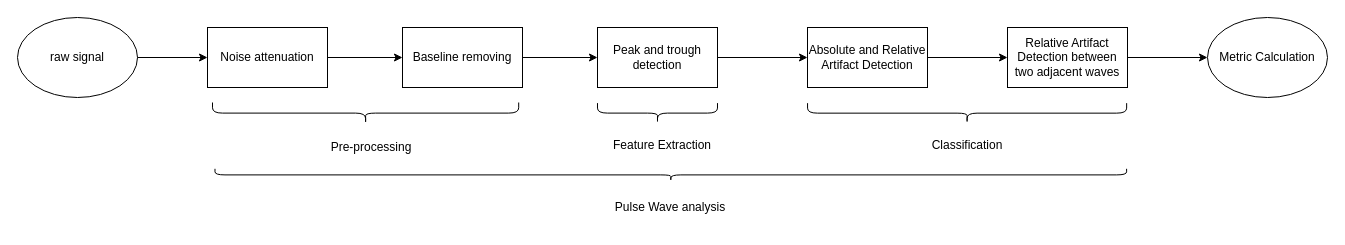
This is Propess stages.drawio from 1102131860/FYP, a draw.io file, before an edit. Source tidied: cells renumbered, new cells numbered last; positions are measured from the earlier drawing's top-left corner, leaving out a move shared by most shapes. Both pictures are drawn from the tidied source at 100%, with x=0, y=0 at pixel (17, -281).
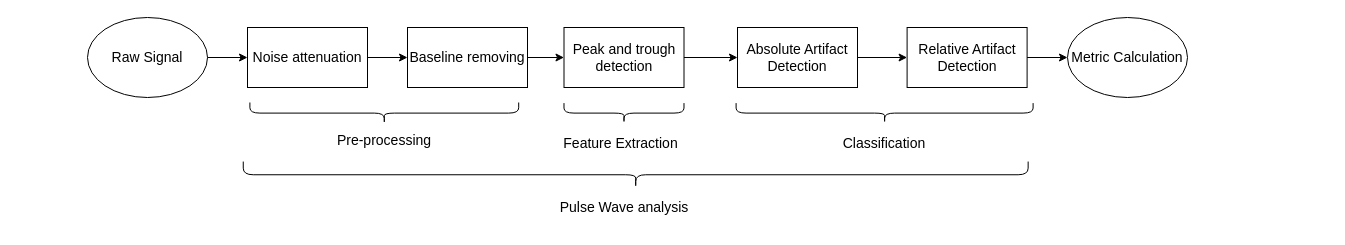
The same diagram, later.

The edit, as a diff of the source:
```diff
@@
-    <mxCell id="2" value="Noise attenuation" style="rounded=0;whiteSpace=wrap;html=1;" parent="1" vertex="1">
-      <mxGeometry x="190" y="308" width="120" height="60" as="geometry" />
+    <mxCell id="2" value="Noise attenuation" style="rounded=0;whiteSpace=wrap;html=1;fontSize=14;" parent="1" vertex="1">
+      <mxGeometry x="230" y="308" width="120" height="60" as="geometry" />
     </mxCell>
-    <mxCell id="3" value="Baseline removing" style="rounded=0;whiteSpace=wrap;html=1;" parent="1" vertex="1">
-      <mxGeometry x="385" y="308" width="120" height="60" as="geometry" />
+    <mxCell id="3" value="Baseline removing" style="rounded=0;whiteSpace=wrap;html=1;fontSize=14;" parent="1" vertex="1">
+      <mxGeometry x="390" y="308" width="120" height="60" as="geometry" />
     </mxCell>
-    <mxCell id="4" value="Peak and trough detection" style="rounded=0;whiteSpace=wrap;html=1;" parent="1" vertex="1">
-      <mxGeometry x="580" y="308" width="120" height="60" as="geometry" />
+    <mxCell id="4" value="Peak and trough detection" style="rounded=0;whiteSpace=wrap;html=1;fontSize=14;" parent="1" vertex="1">
+      <mxGeometry x="546.5" y="308" width="120" height="60" as="geometry" />
     </mxCell>
-    <mxCell id="5" value="Absolute and Relative Artifact Detection" style="rounded=0;whiteSpace=wrap;html=1;" parent="1" vertex="1">
-      <mxGeometry x="790" y="308" width="120" height="60" as="geometry" />
+    <mxCell id="5" value="Absolute Artifact Detection" style="rounded=0;whiteSpace=wrap;html=1;fontSize=14;" parent="1" vertex="1">
+      <mxGeometry x="720" y="308" width="120" height="60" as="geometry" />
     </mxCell>
-    <mxCell id="6" value="Relative Artifact Detection between two adjacent waves" style="rounded=0;whiteSpace=wrap;html=1;" parent="1" vertex="1">
-      <mxGeometry x="990" y="308" width="120" height="60" as="geometry" />
+    <mxCell id="6" value="Relative Artifact Detection" style="rounded=0;whiteSpace=wrap;html=1;fontSize=14;" parent="1" vertex="1">
+      <mxGeometry x="889.6" y="308" width="120" height="60" as="geometry" />
     </mxCell>
-    <mxCell id="7" value="Metric Calculation" style="ellipse;whiteSpace=wrap;html=1;" parent="1" vertex="1">
-      <mxGeometry x="1190" y="298" width="120" height="80" as="geometry" />
+    <mxCell id="7" value="Metric Calculation" style="ellipse;whiteSpace=wrap;html=1;fontSize=14;" parent="1" vertex="1">
+      <mxGeometry x="1050" y="298" width="120" height="80" as="geometry" />
     </mxCell>
-    <mxCell id="8" value="raw signal" style="ellipse;whiteSpace=wrap;html=1;" parent="1" vertex="1">
-      <mxGeometry y="298" width="120" height="80" as="geometry" />
+    <mxCell id="8" value="Raw Signal" style="ellipse;whiteSpace=wrap;html=1;fontSize=14;" parent="1" vertex="1">
+      <mxGeometry x="70" y="298" width="120" height="80" as="geometry" />
     </mxCell>
-    <mxCell id="9" style="shape=curlyBracket;whiteSpace=wrap;html=1;rounded=1;labelPosition=left;verticalLabelPosition=middle;align=right;verticalAlign=middle;rotation=-90;" parent="1" vertex="1">
-      <mxGeometry x="337.5" y="240.5" width="21.2" height="306.2" as="geometry" />
+    <mxCell id="9" style="shape=curlyBracket;whiteSpace=wrap;html=1;rounded=1;labelPosition=left;verticalLabelPosition=middle;align=right;verticalAlign=middle;rotation=-90;fontSize=14;" parent="1" vertex="1">
+      <mxGeometry x="356.2" y="259.2" width="21.2" height="268.8" as="geometry" />
     </mxCell>
-    <mxCell id="10" value="Pre-processing" style="text;html=1;strokeColor=none;fillColor=none;align=center;verticalAlign=middle;whiteSpace=wrap;rounded=0;" parent="1" vertex="1">
-      <mxGeometry x="300" y="408" width="108.1" height="40" as="geometry" />
+    <mxCell id="10" value="Pre-processing" style="text;html=1;strokeColor=none;fillColor=none;align=center;verticalAlign=middle;whiteSpace=wrap;rounded=0;fontSize=14;" parent="1" vertex="1">
+      <mxGeometry x="312.8" y="401.1" width="108.1" height="40" as="geometry" />
     </mxCell>
-    <mxCell id="11" style="shape=curlyBracket;whiteSpace=wrap;html=1;rounded=1;flipH=1;labelPosition=right;verticalLabelPosition=middle;align=left;verticalAlign=middle;rotation=90;size=0.5;" parent="1" vertex="1">
-      <mxGeometry x="630" y="333.6" width="20" height="120" as="geometry" />
+    <mxCell id="11" style="shape=curlyBracket;whiteSpace=wrap;html=1;rounded=1;flipH=1;labelPosition=right;verticalLabelPosition=middle;align=left;verticalAlign=middle;rotation=90;size=0.5;fontSize=14;" parent="1" vertex="1">
+      <mxGeometry x="596.5" y="333.6" width="20" height="120" as="geometry" />
     </mxCell>
-    <mxCell id="12" value="Feature Extraction" style="text;html=1;strokeColor=none;fillColor=none;align=center;verticalAlign=middle;whiteSpace=wrap;rounded=0;" parent="1" vertex="1">
-      <mxGeometry x="590" y="408" width="110" height="35" as="geometry" />
+    <mxCell id="12" value="Feature Extraction" style="text;html=1;strokeColor=none;fillColor=none;align=center;verticalAlign=middle;whiteSpace=wrap;rounded=0;fontSize=14;" parent="1" vertex="1">
+      <mxGeometry x="540" y="403.6" width="126.5" height="40" as="geometry" />
     </mxCell>
-    <mxCell id="13" style="shape=curlyBracket;whiteSpace=wrap;html=1;rounded=1;flipH=1;labelPosition=right;verticalLabelPosition=middle;align=left;verticalAlign=middle;rotation=90;size=0.5;" parent="1" vertex="1">
-      <mxGeometry x="939.6" y="234.1" width="20" height="319.1" as="geometry" />
+    <mxCell id="13" style="shape=curlyBracket;whiteSpace=wrap;html=1;rounded=1;flipH=1;labelPosition=right;verticalLabelPosition=middle;align=left;verticalAlign=middle;rotation=90;size=0.5;fontSize=14;" parent="1" vertex="1">
+      <mxGeometry x="857.1" y="245.1" width="20" height="297" as="geometry" />
     </mxCell>
-    <mxCell id="14" value="Classification" style="text;html=1;strokeColor=none;fillColor=none;align=center;verticalAlign=middle;whiteSpace=wrap;rounded=0;" parent="1" vertex="1">
-      <mxGeometry x="899.8" y="408" width="99.6" height="35" as="geometry" />
+    <mxCell id="14" value="Classification" style="text;html=1;strokeColor=none;fillColor=none;align=center;verticalAlign=middle;whiteSpace=wrap;rounded=0;fontSize=14;" parent="1" vertex="1">
+      <mxGeometry x="817.4" y="406.1" width="99.6" height="35" as="geometry" />
     </mxCell>
-    <mxCell id="15" style="shape=curlyBracket;whiteSpace=wrap;html=1;rounded=1;flipH=1;labelPosition=right;verticalLabelPosition=middle;align=left;verticalAlign=middle;rotation=90;" parent="1" vertex="1">
-      <mxGeometry x="647.2" y="-0.4" width="12.2" height="911.6" as="geometry" />
+    <mxCell id="15" style="shape=curlyBracket;whiteSpace=wrap;html=1;rounded=1;flipH=1;labelPosition=right;verticalLabelPosition=middle;align=left;verticalAlign=middle;rotation=90;fontSize=14;" parent="1" vertex="1">
+      <mxGeometry x="605" y="62.8" width="26.4" height="784.9" as="geometry" />
     </mxCell>
-    <mxCell id="16" value="Pulse Wave analysis" style="text;html=1;strokeColor=none;fillColor=none;align=center;verticalAlign=middle;whiteSpace=wrap;rounded=0;" parent="1" vertex="1">
-      <mxGeometry x="573.3" y="468" width="160" height="40" as="geometry" />
+    <mxCell id="16" value="Pulse Wave analysis" style="text;html=1;strokeColor=none;fillColor=none;align=center;verticalAlign=middle;whiteSpace=wrap;rounded=0;fontSize=14;" parent="1" vertex="1">
+      <mxGeometry x="526.5" y="468" width="160" height="40" as="geometry" />
     </mxCell>
-    <mxCell id="17" style="endArrow=classic;html=1;rounded=0;entryX=0;entryY=0.5;entryDx=0;entryDy=0;exitX=1;exitY=0.5;exitDx=0;exitDy=0;" parent="1" edge="1" source="8" target="2">
+    <mxCell id="17" style="endArrow=classic;html=1;rounded=0;entryX=0;entryY=0.5;entryDx=0;entryDy=0;exitX=1;exitY=0.5;exitDx=0;exitDy=0;fontSize=14;" parent="1" edge="1" source="8" target="2">
       <mxGeometry relative="1" as="geometry" />
     </mxCell>
-    <mxCell id="18" style="endArrow=classic;html=1;rounded=0;exitX=1;exitY=0.5;exitDx=0;exitDy=0;entryX=0;entryY=0.5;entryDx=0;entryDy=0;" parent="1" edge="1" source="2" target="3">
+    <mxCell id="18" style="endArrow=classic;html=1;rounded=0;exitX=1;exitY=0.5;exitDx=0;exitDy=0;entryX=0;entryY=0.5;entryDx=0;entryDy=0;fontSize=14;" parent="1" edge="1" source="2" target="3">
       <mxGeometry relative="1" as="geometry" />
     </mxCell>
-    <mxCell id="19" style="endArrow=classic;html=1;rounded=0;exitX=1;exitY=0.5;exitDx=0;exitDy=0;entryX=0;entryY=0.5;entryDx=0;entryDy=0;" parent="1" edge="1" source="3" target="4">
+    <mxCell id="19" style="endArrow=classic;html=1;rounded=0;exitX=1;exitY=0.5;exitDx=0;exitDy=0;entryX=0;entryY=0.5;entryDx=0;entryDy=0;fontSize=14;" parent="1" edge="1" source="3" target="4">
       <mxGeometry relative="1" as="geometry" />
     </mxCell>
-    <mxCell id="20" style="endArrow=classic;html=1;rounded=0;exitX=1;exitY=0.5;exitDx=0;exitDy=0;entryX=0;entryY=0.5;entryDx=0;entryDy=0;" parent="1" edge="1" source="4" target="5">
+    <mxCell id="20" style="endArrow=classic;html=1;rounded=0;exitX=1;exitY=0.5;exitDx=0;exitDy=0;entryX=0;entryY=0.5;entryDx=0;entryDy=0;fontSize=14;" parent="1" edge="1" source="4" target="5">
       <mxGeometry relative="1" as="geometry" />
     </mxCell>
-    <mxCell id="21" style="endArrow=classic;html=1;rounded=0;exitX=1;exitY=0.5;exitDx=0;exitDy=0;entryX=0;entryY=0.5;entryDx=0;entryDy=0;" parent="1" edge="1" source="5" target="6">
+    <mxCell id="21" style="endArrow=classic;html=1;rounded=0;exitX=1;exitY=0.5;exitDx=0;exitDy=0;entryX=0;entryY=0.5;entryDx=0;entryDy=0;fontSize=14;" parent="1" edge="1" source="5" target="6">
       <mxGeometry relative="1" as="geometry" />
     </mxCell>
-    <mxCell id="22" style="endArrow=classic;html=1;rounded=0;entryX=0;entryY=0.5;entryDx=0;entryDy=0;exitX=1;exitY=0.5;exitDx=0;exitDy=0;" parent="1" edge="1" source="6" target="7">
+    <mxCell id="22" style="endArrow=classic;html=1;rounded=0;entryX=0;entryY=0.5;entryDx=0;entryDy=0;exitX=1;exitY=0.5;exitDx=0;exitDy=0;fontSize=14;" parent="1" edge="1" source="6" target="7">
       <mxGeometry relative="1" as="geometry" />
     </mxCell>
```
